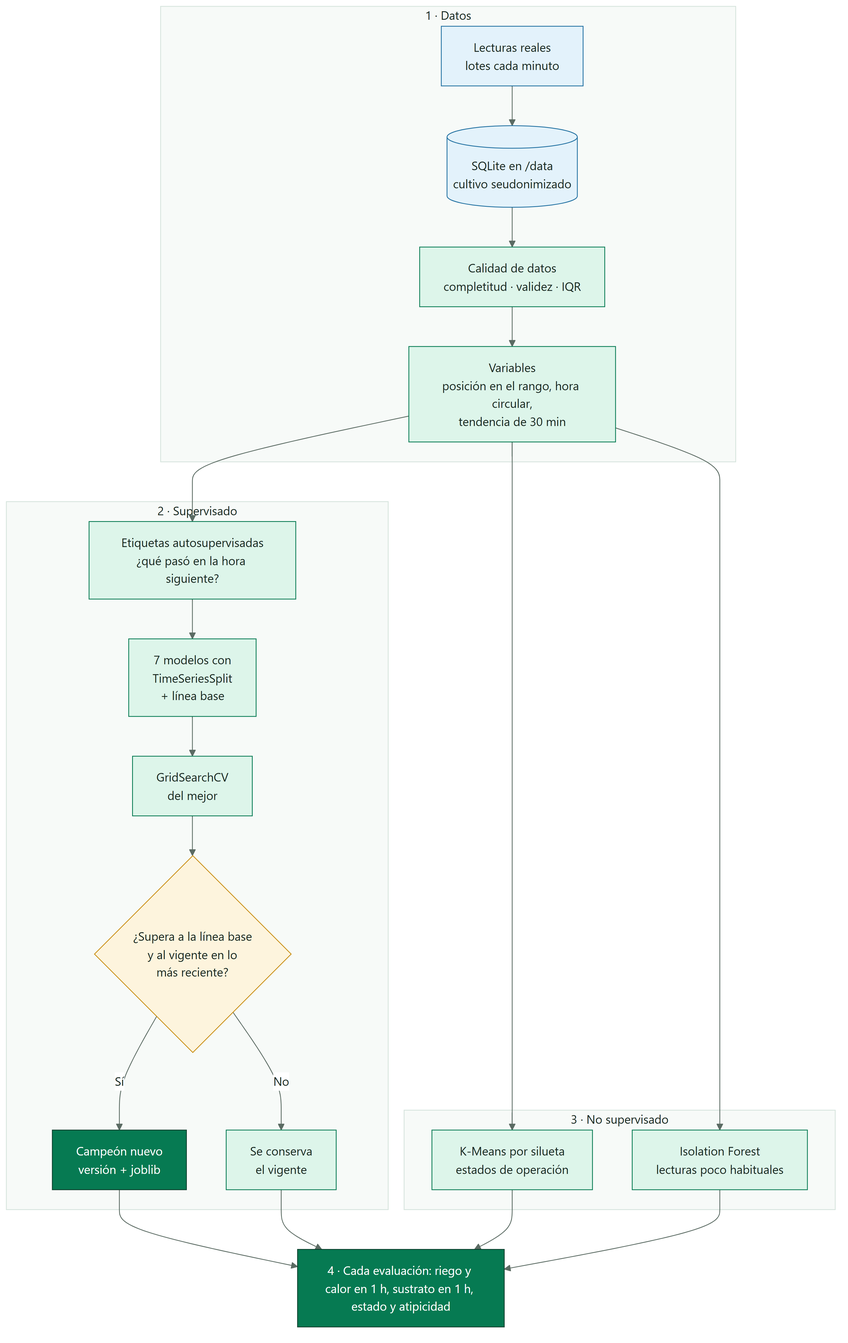
Earlier version of the Mermaid export docs/diagrams/SmartPot_16_Learning.png (SmartPotTech/.github). Its source is kept beside it as docs/diagrams/SmartPot_16_Learning.mmd. Source of this version:
```mermaid
%%{init: {"theme": "base", "fontFamily": "Segoe UI, Arial, sans-serif", "themeVariables": {"fontFamily": "Segoe UI, Arial, sans-serif", "fontSize": "15px", "primaryColor": "#DDF5EA", "primaryTextColor": "#17261F", "primaryBorderColor": "#067A52", "secondaryColor": "#E3F2FB", "secondaryTextColor": "#17261F", "secondaryBorderColor": "#1F6FA0", "tertiaryColor": "#F2F7F4", "tertiaryTextColor": "#17261F", "tertiaryBorderColor": "#D5E3DC", "lineColor": "#5B6B63", "textColor": "#17261F", "mainBkg": "#DDF5EA", "nodeBorder": "#067A52", "clusterBkg": "#F7FAF8", "clusterBorder": "#D5E3DC", "edgeLabelBackground": "#FFFFFF", "actorBkg": "#067A52", "actorBorder": "#0B3D2B", "actorTextColor": "#FFFFFF", "actorLineColor": "#5B6B63", "signalColor": "#17261F", "signalTextColor": "#17261F", "labelBoxBkgColor": "#0B3D2B", "labelBoxBorderColor": "#0B3D2B", "labelTextColor": "#FFFFFF", "loopTextColor": "#0B3D2B", "noteBkgColor": "#FDF4DD", "noteBorderColor": "#C98D12", "noteTextColor": "#17261F", "activationBkgColor": "#DDF5EA", "activationBorderColor": "#067A52", "attributeBackgroundColorOdd": "#FFFFFF", "attributeBackgroundColorEven": "#F2F7F4"}}}%%
flowchart TB
  subgraph prep["1 · Datos"]
    direction LR
    lect["Lecturas reales<br/>lotes cada minuto"] --> alm[("SQLite en /data<br/>cultivo seudonimizado")]
    alm --> cal["Calidad de datos<br/>completitud · validez · IQR"]
    cal --> var["Variables<br/>posición en el rango, hora circular,<br/>tendencia de 30 min"]
  end
  subgraph sup["2 · Supervisado"]
    direction LR
    eti["Etiquetas autosupervisadas<br/>¿qué pasó en la hora siguiente?"] --> cv["7 modelos con<br/>TimeSeriesSplit<br/>+ línea base"]
    cv --> gs["GridSearchCV<br/>del mejor"]
    gs --> cc{"¿Supera a la línea base<br/>y al vigente en lo<br/>más reciente?"}
    cc -->|"Sí"| nuevo["Campeón nuevo<br/>versión + joblib"]
    cc -->|"No"| vig["Se conserva<br/>el vigente"]
  end
  subgraph nosup["3 · No supervisado"]
    direction LR
    km["K-Means por silueta<br/>estados de operación"]
    iso["Isolation Forest<br/>lecturas poco habituales"]
  end
  var --> eti
  var --> km
  var --> iso
  inf["4 · Cada evaluación: riego y calor en 1 h, sustrato en 1 h, estado y atipicidad"]
  nuevo --> inf
  vig --> inf
  km --> inf
  iso --> inf
  classDef data fill:#E3F2FB,stroke:#1F6FA0,color:#17261F
  classDef step fill:#DDF5EA,stroke:#067A52,color:#17261F
  classDef ask fill:#FDF4DD,stroke:#C98D12,color:#17261F
  classDef out fill:#067A52,stroke:#0B3D2B,color:#FFFFFF
  class lect,alm data
  class cal,var,eti,cv,gs,km,iso,vig step
  class cc ask
  class nuevo,inf out
```
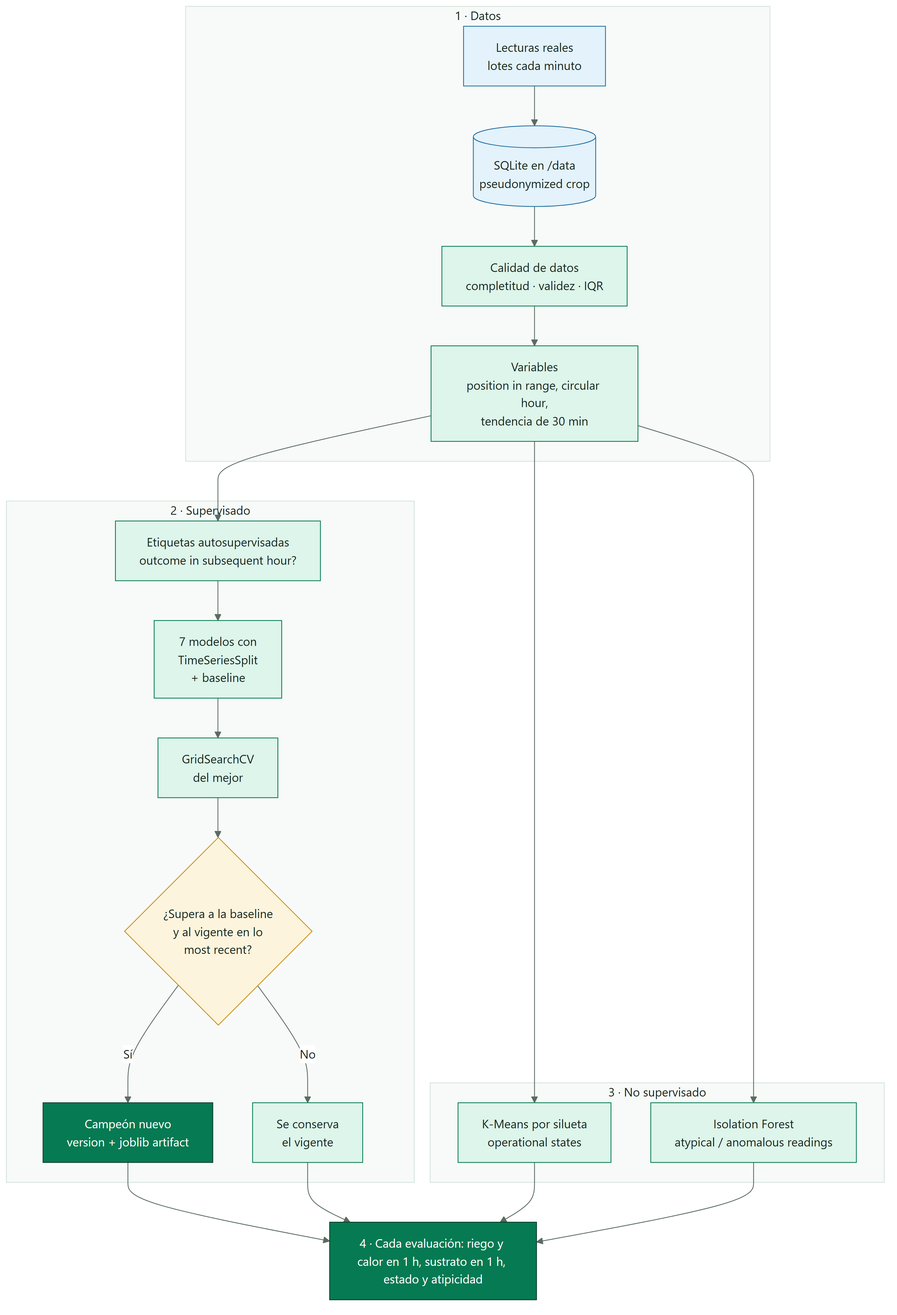
The same diagram one commit later.

What changed in the source:
```diff
@@ -2,22 +2,22 @@
 flowchart TB
   subgraph prep["1 · Datos"]
     direction LR
-    lect["Lecturas reales<br/>lotes cada minuto"] --> alm[("SQLite en /data<br/>cultivo seudonimizado")]
+    lect["Lecturas reales<br/>lotes cada minuto"] --> alm[("SQLite en /data<br/>pseudonymized crop")]
     alm --> cal["Calidad de datos<br/>completitud · validez · IQR"]
-    cal --> var["Variables<br/>posición en el rango, hora circular,<br/>tendencia de 30 min"]
+    cal --> var["Variables<br/>position in range, circular hour,<br/>tendencia de 30 min"]
   end
   subgraph sup["2 · Supervisado"]
     direction LR
-    eti["Etiquetas autosupervisadas<br/>¿qué pasó en la hora siguiente?"] --> cv["7 modelos con<br/>TimeSeriesSplit<br/>+ línea base"]
+    eti["Etiquetas autosupervisadas<br/>outcome in subsequent hour?"] --> cv["7 modelos con<br/>TimeSeriesSplit<br/>+ baseline"]
     cv --> gs["GridSearchCV<br/>del mejor"]
-    gs --> cc{"¿Supera a la línea base<br/>y al vigente en lo<br/>más reciente?"}
-    cc -->|"Sí"| nuevo["Campeón nuevo<br/>versión + joblib"]
+    gs --> cc{"¿Supera a la baseline<br/>y al vigente en lo<br/>most recent?"}
+    cc -->|"Sí"| nuevo["Campeón nuevo<br/>version + joblib artifact"]
     cc -->|"No"| vig["Se conserva<br/>el vigente"]
   end
   subgraph nosup["3 · No supervisado"]
     direction LR
-    km["K-Means por silueta<br/>estados de operación"]
-    iso["Isolation Forest<br/>lecturas poco habituales"]
+    km["K-Means por silueta<br/>operational states"]
+    iso["Isolation Forest<br/>atypical / anomalous readings"]
   end
   var --> eti
   var --> km
```
